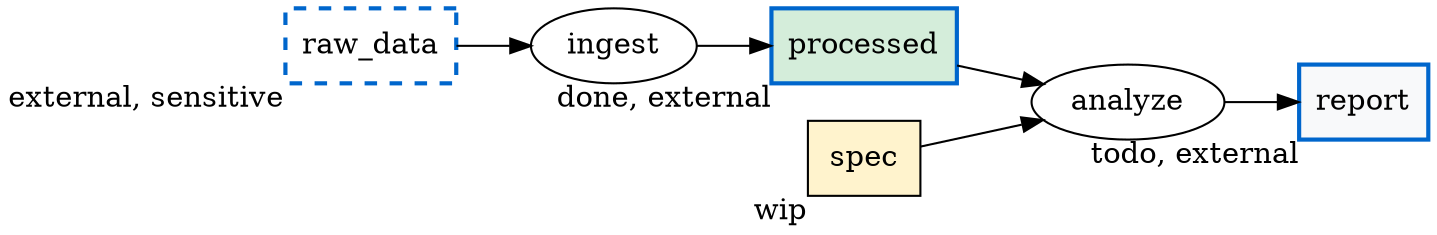
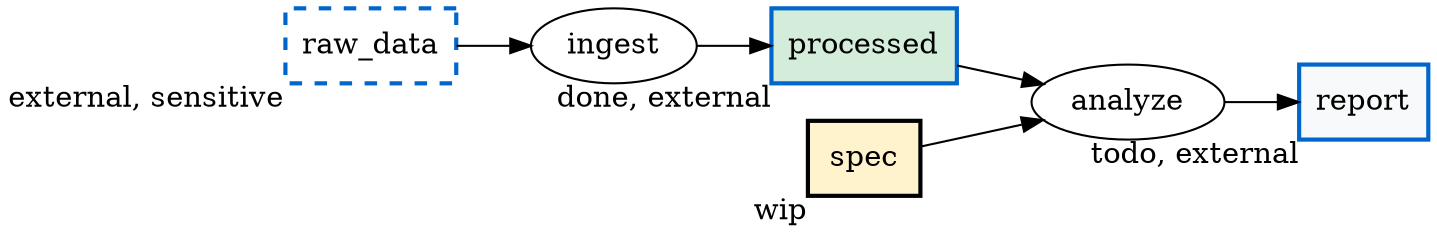
digraph PFDSL {
  rankdir=LR;
  newrank=true;

  "analyze" [shape=ellipse, label="analyze"];
  "ingest" [shape=ellipse, label="ingest"];
  "processed" [shape=box, label="processed", xlabel="done, external", fillcolor="#d4edda", color="#0066cc", style="filled", penwidth="2"];
  "raw_data" [shape=box, label="raw_data", xlabel="external, sensitive", color="#0066cc", style="dashed", penwidth="2"];
  "report" [shape=box, label="report", xlabel="todo, external", fillcolor="#f8f9fa", color="#0066cc", style="filled", penwidth="2"];
-   "spec" [shape=box, label="spec", xlabel="wip", fillcolor="#fff3cd", style="filled"];
+   "spec" [shape=box, label="spec", xlabel="wip", fillcolor="#fff3cd", style="filled", penwidth="2"];

  "raw_data" -> "ingest";
  "ingest" -> "processed";
  "spec" -> "analyze";
  "analyze" -> "report";
  "processed" -> "analyze";
}
